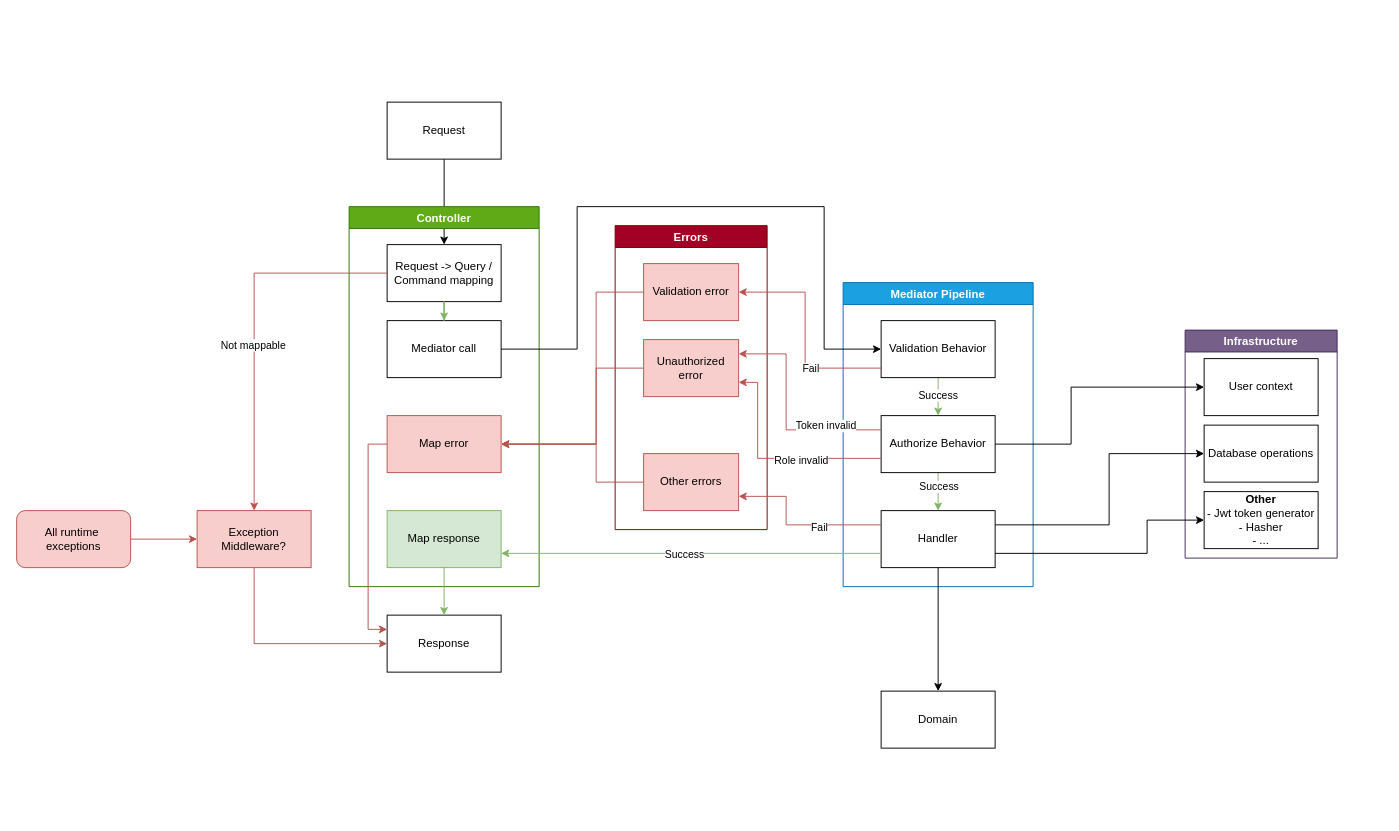
Above: docs/backend/request-flowchart.drawio in MoritzLue24/Broke-Manager (draw.io), before the change. Source tidied: cells renumbered, new cells numbered last; positions are measured from the earlier drawing's top-left corner, leaving out a move shared by most shapes. Both pictures are drawn from the tidied source at 95%, with x=0, y=0 at pixel (16, 102).
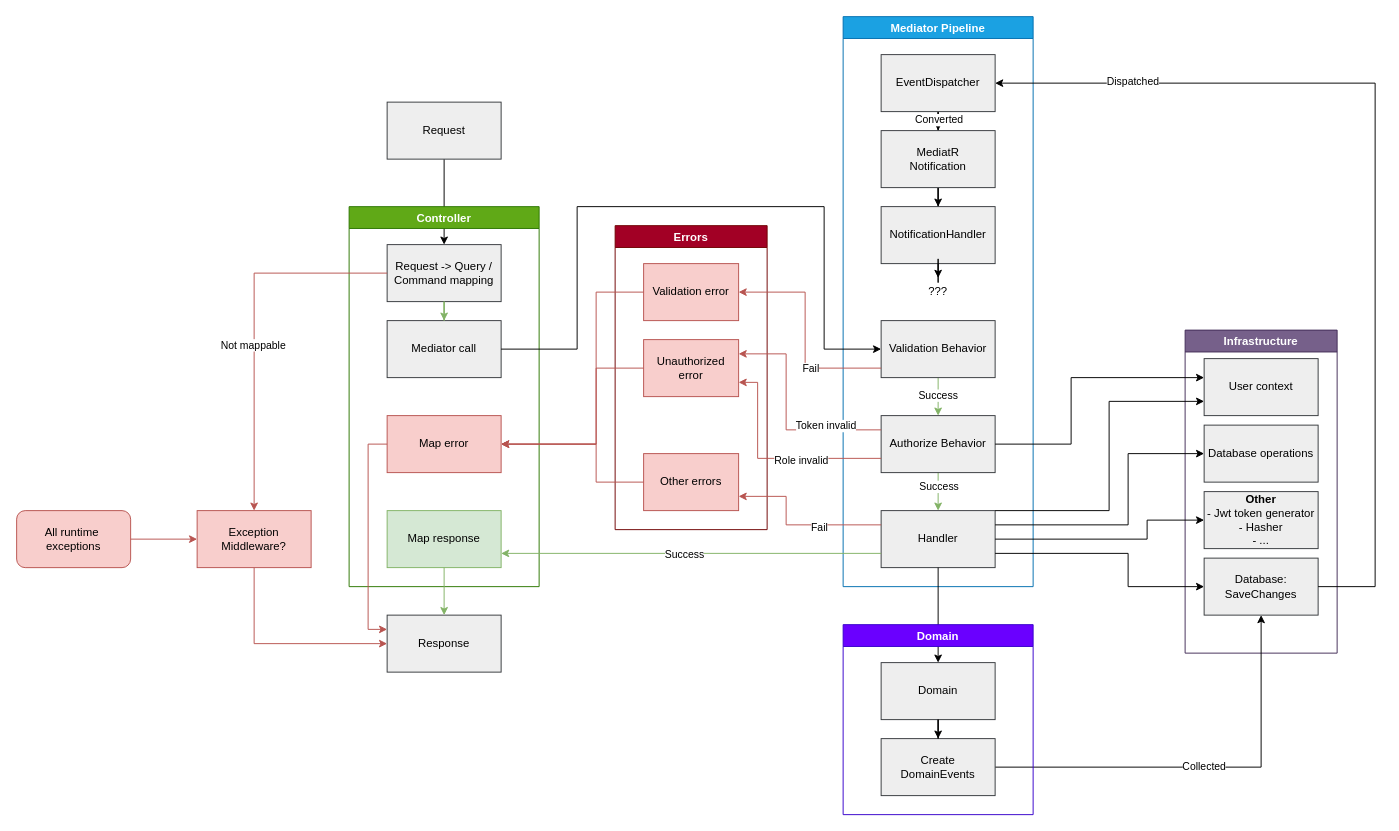
Above is the later version.

Unchanged cells that the change refers to:
```xml
<mxCell id="4" value="Controller" style="swimlane;fillColor=#60a917;strokeColor=#2D7600;fontColor=#ffffff;" parent="1" vertex="1">
  <mxGeometry x="350" y="110" width="200" height="400" as="geometry" />
</mxCell>
```

Diff of the diagram source:
```diff
@@
-    <mxCell id="3" value="Request" style="rounded=0;whiteSpace=wrap;html=1;" parent="1" vertex="1">
+    <mxCell id="3" value="Request" style="rounded=0;whiteSpace=wrap;html=1;fillColor=#eeeeee;strokeColor=#36393d;" parent="1" vertex="1">
       <mxGeometry x="390" width="120" height="60" as="geometry" />
     </mxCell>
@@
-    <mxCell id="5" value="Request -&amp;gt; Query / Command mapping" style="whiteSpace=wrap;html=1;rounded=0;" parent="4" vertex="1">
+    <mxCell id="5" value="Request -&amp;gt; Query / Command mapping" style="whiteSpace=wrap;html=1;rounded=0;fillColor=#eeeeee;strokeColor=#36393d;" parent="4" vertex="1">
       <mxGeometry x="40" y="40" width="120" height="60" as="geometry" />
     </mxCell>
-    <mxCell id="6" value="Mediator call" style="whiteSpace=wrap;html=1;rounded=0;" parent="4" vertex="1">
+    <mxCell id="6" value="Mediator call" style="whiteSpace=wrap;html=1;rounded=0;fillColor=#eeeeee;strokeColor=#36393d;" parent="4" vertex="1">
       <mxGeometry x="40" y="120" width="120" height="60" as="geometry" />
     </mxCell>
@@
     <mxCell id="10" value="Mediator Pipeline" style="swimlane;fillColor=#1ba1e2;strokeColor=#006EAF;fontColor=#ffffff;" parent="1" vertex="1">
-      <mxGeometry x="870" y="190" width="200" height="320" as="geometry" />
+      <mxGeometry x="870" y="-90" width="200" height="600" as="geometry" />
     </mxCell>
@@
-    <mxCell id="13" value="Validation Behavior" style="rounded=0;whiteSpace=wrap;html=1;" parent="10" vertex="1">
-      <mxGeometry x="40" y="40" width="120" height="60" as="geometry" />
+    <mxCell id="13" value="Validation Behavior" style="rounded=0;whiteSpace=wrap;html=1;fillColor=#eeeeee;strokeColor=#36393d;" parent="10" vertex="1">
+      <mxGeometry x="40" y="320" width="120" height="60" as="geometry" />
     </mxCell>
@@
-    <mxCell id="16" value="Authorize Behavior" style="rounded=0;whiteSpace=wrap;html=1;" parent="10" vertex="1">
-      <mxGeometry x="40" y="140" width="120" height="60" as="geometry" />
+    <mxCell id="16" value="Authorize Behavior" style="rounded=0;whiteSpace=wrap;html=1;fillColor=#eeeeee;strokeColor=#36393d;" parent="10" vertex="1">
+      <mxGeometry x="40" y="420" width="120" height="60" as="geometry" />
     </mxCell>
-    <mxCell id="17" value="Handler" style="rounded=0;whiteSpace=wrap;html=1;" parent="10" vertex="1">
-      <mxGeometry x="40" y="240" width="120" height="60" as="geometry" />
+    <mxCell id="17" value="Handler" style="rounded=0;whiteSpace=wrap;html=1;fillColor=#eeeeee;strokeColor=#36393d;" parent="10" vertex="1">
+      <mxGeometry x="40" y="520" width="120" height="60" as="geometry" />
     </mxCell>
+    <mxCell id="54" style="edgeStyle=orthogonalEdgeStyle;rounded=0;jettySize=auto;html=1;entryX=0.5;entryY=0;entryDx=0;entryDy=0;" parent="10" edge="1" source="56" target="58">
+      <mxGeometry relative="1" as="geometry" />
+    </mxCell>
+    <mxCell id="55" value="Converted" style="edgeLabel;html=1;align=center;verticalAlign=middle;" parent="54" vertex="1">
+      <mxGeometry x="-0.75" relative="1" as="geometry" />
+    </mxCell>
+    <mxCell id="56" value="EventDispatcher" style="rounded=0;whiteSpace=wrap;html=1;fillColor=#eeeeee;strokeColor=#36393d;" parent="10" vertex="1">
+      <mxGeometry x="40" y="40" width="120" height="60" as="geometry" />
+    </mxCell>
+    <mxCell id="57" style="edgeStyle=orthogonalEdgeStyle;rounded=0;jettySize=auto;html=1;entryX=0.5;entryY=0;entryDx=0;entryDy=0;" parent="10" edge="1" source="58" target="59">
+      <mxGeometry relative="1" as="geometry" />
+    </mxCell>
+    <mxCell id="58" value="&lt;div&gt;MediatR&lt;/div&gt;&lt;div&gt;Notification&lt;/div&gt;" style="rounded=0;whiteSpace=wrap;html=1;fillColor=#eeeeee;strokeColor=#36393d;" parent="10" vertex="1">
+      <mxGeometry x="40" y="120" width="120" height="60" as="geometry" />
+    </mxCell>
+    <mxCell id="59" value="NotificationHandler" style="rounded=0;whiteSpace=wrap;html=1;fillColor=#eeeeee;strokeColor=#36393d;" parent="10" vertex="1">
+      <mxGeometry x="40" y="200" width="120" height="60" as="geometry" />
+    </mxCell>
@@
     <mxCell id="19" value="Infrastructure" style="swimlane;fillColor=#76608a;strokeColor=#432D57;fontColor=#ffffff;" parent="1" vertex="1">
-      <mxGeometry x="1230" y="240" width="160" height="240" as="geometry" />
+      <mxGeometry x="1230" y="240" width="160" height="340" as="geometry" />
     </mxCell>
-    <mxCell id="20" value="Database operations" style="rounded=0;whiteSpace=wrap;html=1;" parent="19" vertex="1">
+    <mxCell id="20" value="Database operations" style="rounded=0;whiteSpace=wrap;html=1;fillColor=#eeeeee;strokeColor=#36393d;" parent="19" vertex="1">
       <mxGeometry x="20" y="100" width="120" height="60" as="geometry" />
     </mxCell>
-    <mxCell id="21" value="&lt;div&gt;&lt;b&gt;Other&lt;/b&gt;&lt;/div&gt;&lt;div&gt;- Jwt token generator&lt;/div&gt;&lt;div&gt;- Hasher&lt;/div&gt;&lt;div&gt;- ...&lt;/div&gt;" style="rounded=0;whiteSpace=wrap;html=1;" parent="19" vertex="1">
+    <mxCell id="21" value="&lt;div&gt;&lt;b&gt;Other&lt;/b&gt;&lt;/div&gt;&lt;div&gt;- Jwt token generator&lt;/div&gt;&lt;div&gt;- Hasher&lt;/div&gt;&lt;div&gt;- ...&lt;/div&gt;" style="rounded=0;whiteSpace=wrap;html=1;fillColor=#eeeeee;strokeColor=#36393d;" parent="19" vertex="1">
       <mxGeometry x="20" y="170" width="120" height="60" as="geometry" />
     </mxCell>
-    <mxCell id="22" value="User context" style="rounded=0;whiteSpace=wrap;html=1;" parent="19" vertex="1">
+    <mxCell id="22" value="User context" style="rounded=0;whiteSpace=wrap;html=1;fillColor=#eeeeee;strokeColor=#36393d;" parent="19" vertex="1">
       <mxGeometry x="20" y="30" width="120" height="60" as="geometry" />
     </mxCell>
-    <mxCell id="23" value="Domain" style="rounded=0;whiteSpace=wrap;html=1;" parent="1" vertex="1">
-      <mxGeometry x="910" y="620" width="120" height="60" as="geometry" />
-    </mxCell>
+    <mxCell id="60" value="Database: SaveChanges" style="rounded=0;whiteSpace=wrap;html=1;fillColor=#eeeeee;strokeColor=#36393d;" parent="19" vertex="1">
+      <mxGeometry x="20" y="240" width="120" height="60" as="geometry" />
+    </mxCell>
@@
     <mxCell id="25" style="edgeStyle=orthogonalEdgeStyle;rounded=0;jettySize=auto;html=1;" parent="1" edge="1" source="16" target="22">
       <mxGeometry relative="1" as="geometry">
         <Array as="points">
           <mxPoint x="1110" y="360" />
-          <mxPoint x="1110" y="300" />
+          <mxPoint x="1110" y="290" />
         </Array>
       </mxGeometry>
     </mxCell>
     <mxCell id="26" style="edgeStyle=orthogonalEdgeStyle;rounded=0;jettySize=auto;html=1;entryX=0;entryY=0.5;entryDx=0;entryDy=0;exitX=1;exitY=0.25;exitDx=0;exitDy=0;" parent="1" edge="1" source="17" target="20">
       <mxGeometry relative="1" as="geometry">
         <Array as="points">
-          <mxPoint x="1150" y="445" />
-          <mxPoint x="1150" y="370" />
+          <mxPoint x="1170" y="445" />
+          <mxPoint x="1170" y="370" />
         </Array>
       </mxGeometry>
     </mxCell>
-    <mxCell id="27" style="edgeStyle=orthogonalEdgeStyle;rounded=0;jettySize=auto;html=1;entryX=0;entryY=0.5;entryDx=0;entryDy=0;exitX=1;exitY=0.75;exitDx=0;exitDy=0;" parent="1" edge="1" source="17" target="21">
-      <mxGeometry relative="1" as="geometry">
-        <Array as="points">
-          <mxPoint x="1190" y="475" />
-          <mxPoint x="1190" y="440" />
-        </Array>
-      </mxGeometry>
-    </mxCell>
@@
-    <mxCell id="49" value="Response" style="rounded=0;whiteSpace=wrap;html=1;" parent="1" vertex="1">
+    <mxCell id="49" value="Response" style="rounded=0;whiteSpace=wrap;html=1;fillColor=#eeeeee;strokeColor=#36393d;" parent="1" vertex="1">
       <mxGeometry x="390" y="540" width="120" height="60" as="geometry" />
     </mxCell>
@@
+    <mxCell id="61" value="Collected" style="edgeStyle=orthogonalEdgeStyle;rounded=0;jettySize=auto;html=1;entryX=0.5;entryY=1;entryDx=0;entryDy=0;" parent="1" edge="1" source="69" target="60">
+      <mxGeometry relative="1" as="geometry" />
+    </mxCell>
+    <mxCell id="27" style="edgeStyle=orthogonalEdgeStyle;rounded=0;jettySize=auto;html=1;entryX=0;entryY=0.5;entryDx=0;entryDy=0;" parent="1" edge="1" source="17" target="21">
+      <mxGeometry relative="1" as="geometry">
+        <Array as="points">
+          <mxPoint x="1190" y="460" />
+          <mxPoint x="1190" y="440" />
+        </Array>
+      </mxGeometry>
+    </mxCell>
+    <mxCell id="62" style="edgeStyle=orthogonalEdgeStyle;rounded=0;jettySize=auto;html=1;exitX=1;exitY=0.75;exitDx=0;exitDy=0;entryX=0;entryY=0.5;entryDx=0;entryDy=0;" parent="1" edge="1" source="17" target="60">
+      <mxGeometry relative="1" as="geometry">
+        <Array as="points">
+          <mxPoint x="1170" y="475" />
+          <mxPoint x="1170" y="510" />
+        </Array>
+      </mxGeometry>
+    </mxCell>
+    <mxCell id="63" style="edgeStyle=orthogonalEdgeStyle;rounded=0;jettySize=auto;html=1;entryX=1;entryY=0.5;entryDx=0;entryDy=0;" parent="1" edge="1" source="60" target="56">
+      <mxGeometry relative="1" as="geometry">
+        <Array as="points">
+          <mxPoint x="1430" y="510" />
+          <mxPoint x="1430" y="-20" />
+        </Array>
+      </mxGeometry>
+    </mxCell>
+    <mxCell id="64" value="Dispatched" style="edgeLabel;html=1;align=center;verticalAlign=middle;" parent="63" vertex="1">
+      <mxGeometry x="0.71" y="-2" relative="1" as="geometry" />
+    </mxCell>
+    <mxCell id="65" value="???" style="text;html=1;whiteSpace=wrap;strokeColor=none;fillColor=none;align=center;verticalAlign=middle;rounded=0;" parent="1" vertex="1">
+      <mxGeometry x="940" y="185" width="60" height="30" as="geometry" />
+    </mxCell>
+    <mxCell id="66" style="edgeStyle=orthogonalEdgeStyle;rounded=0;jettySize=auto;html=1;" parent="1" edge="1" source="59" target="65">
+      <mxGeometry relative="1" as="geometry" />
+    </mxCell>
+    <mxCell id="67" style="edgeStyle=orthogonalEdgeStyle;rounded=0;jettySize=auto;html=1;exitX=1;exitY=0;exitDx=0;exitDy=0;entryX=0;entryY=0.75;entryDx=0;entryDy=0;" parent="1" edge="1" source="17" target="22">
+      <mxGeometry relative="1" as="geometry">
+        <Array as="points">
+          <mxPoint x="1150" y="430" />
+          <mxPoint x="1150" y="315" />
+        </Array>
+      </mxGeometry>
+    </mxCell>
+    <mxCell id="68" value="Domain" style="swimlane;fillColor=#6a00ff;fontColor=#ffffff;strokeColor=#3700CC;" parent="1" vertex="1">
+      <mxGeometry x="870" y="550" width="200" height="200" as="geometry" />
+    </mxCell>
+    <mxCell id="23" value="Domain" style="rounded=0;whiteSpace=wrap;html=1;fillColor=#eeeeee;strokeColor=#36393d;" parent="68" vertex="1">
+      <mxGeometry x="40" y="40" width="120" height="60" as="geometry" />
+    </mxCell>
+    <mxCell id="69" value="&lt;div&gt;Create&lt;/div&gt;&lt;div&gt;DomainEvents&lt;/div&gt;" style="rounded=0;whiteSpace=wrap;html=1;fillColor=#eeeeee;strokeColor=#36393d;" parent="68" vertex="1">
+      <mxGeometry x="40" y="120" width="120" height="60" as="geometry" />
+    </mxCell>
+    <mxCell id="70" style="edgeStyle=orthogonalEdgeStyle;rounded=0;jettySize=auto;html=1;" parent="68" edge="1" source="23" target="69">
+      <mxGeometry relative="1" as="geometry" />
+    </mxCell>
```
